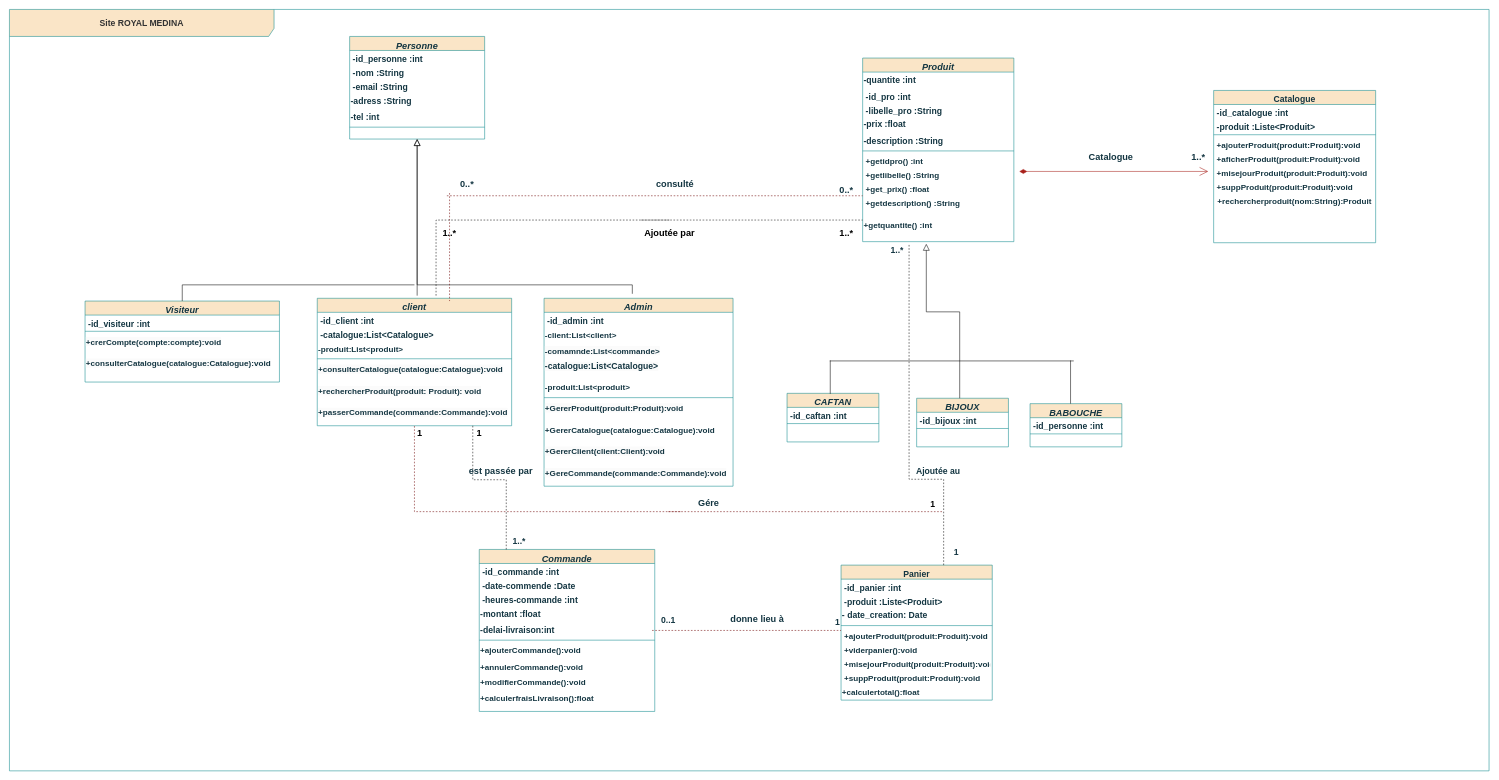
Before: page "Page-4" (4 of 4) of Class Diagram2.drawio in hananemazyan/DIAGRAMS, a draw.io diagram. Source tidied: cells renumbered, new cells numbered last; positions are measured from the earlier drawing's top-left corner, leaving out a move shared by most shapes. Both pictures are drawn from the tidied source at 54%, with x=0, y=0 at pixel (9, 9).
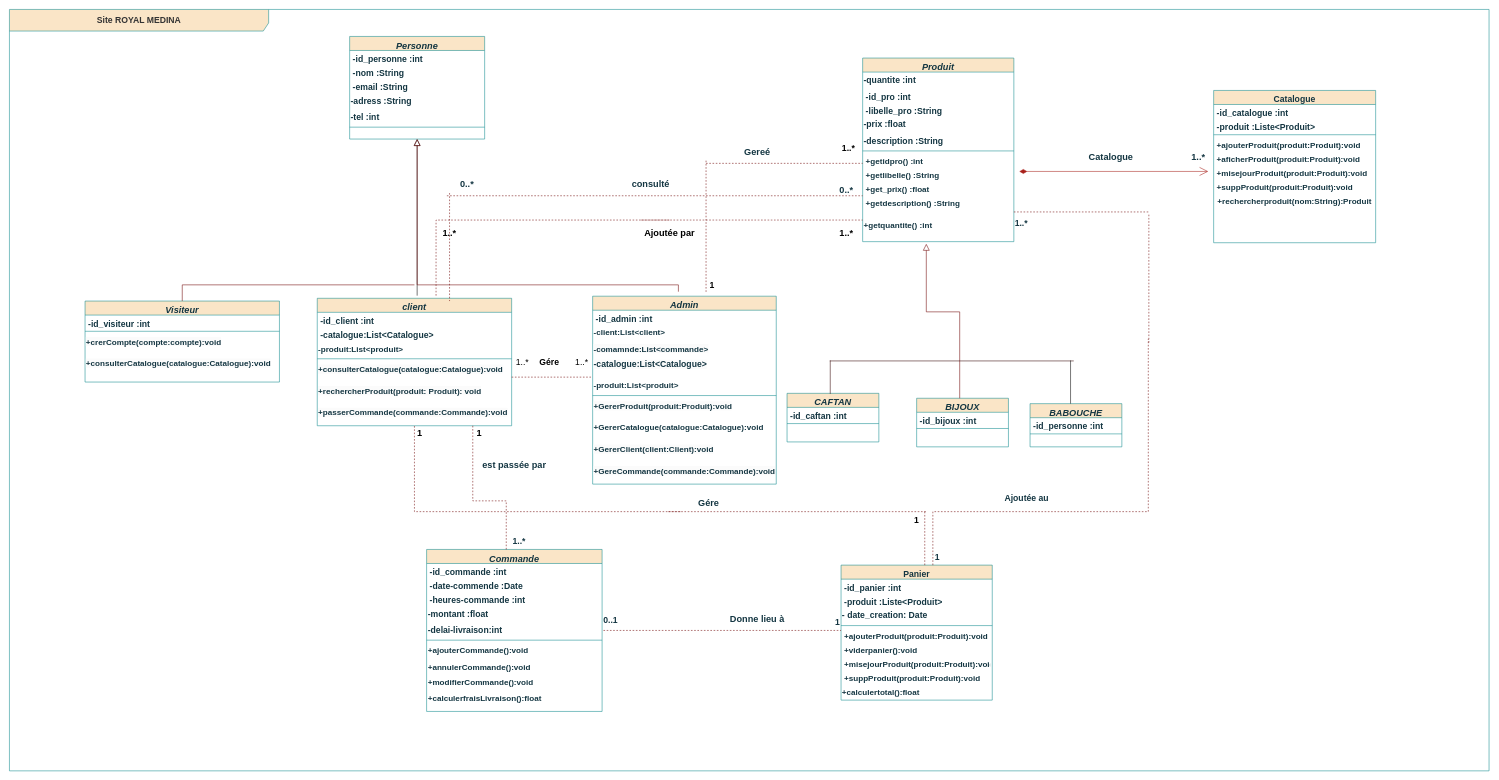
Above is the later version.

Unchanged cells that the change refers to:
```xml
<mxCell id="2" value="Personne" style="swimlane;fontStyle=3;align=center;verticalAlign=top;horizontal=1;startSize=26;rounded=0;shadow=0;strokeWidth=1;fontSize=17;fillColor=#FAE5C7;strokeColor=#0F8B8D;fontColor=#143642;labelBackgroundColor=none;" parent="1" vertex="1">
  <mxGeometry x="630" y="50" width="250" height="190" as="geometry" />
</mxCell>
<mxCell id="20" value="&lt;font style=&quot;font-size: 15px;&quot;&gt;&lt;b&gt;+getquantite() :int&lt;/b&gt;&lt;/font&gt;" style="text;strokeColor=none;fillColor=none;html=1;align=left;verticalAlign=middle;whiteSpace=wrap;rounded=0;fontSize=16;labelBackgroundColor=none;fontColor=#143642;" parent="9" vertex="1">
  <mxGeometry y="280" width="280" height="60" as="geometry" />
</mxCell>
<mxCell id="43" value="&lt;b style=&quot;border-color: var(--border-color); font-family: Helvetica; font-style: normal; font-variant-ligatures: normal; font-variant-caps: normal; letter-spacing: normal; orphans: 2; text-align: left; text-indent: 0px; text-transform: none; widows: 2; word-spacing: 0px; -webkit-text-stroke-width: 0px; text-decoration-thickness: initial; text-decoration-style: initial; text-decoration-color: initial; color: rgb(20, 54, 66); font-size: 15px; background-color: rgb(251, 251, 251);&quot;&gt;+passerCommande(commande:Commande):void&lt;/b&gt;" style="text;whiteSpace=wrap;html=1;" parent="36" vertex="1">
  <mxGeometry y="196" width="360" height="40" as="geometry" />
</mxCell>
<mxCell id="56" value="Visiteur" style="swimlane;fontStyle=3;align=center;verticalAlign=top;horizontal=1;startSize=26;rounded=0;shadow=0;strokeWidth=1;fontSize=17;fillColor=#FAE5C7;strokeColor=#0F8B8D;fontColor=#143642;labelBackgroundColor=none;" parent="1" vertex="1">
  <mxGeometry x="140" y="540" width="360" height="150" as="geometry" />
</mxCell>
```

What changed in the source:
```diff
@@
     <mxCell id="30" value="&lt;b&gt;&lt;font style=&quot;font-size: 17px;&quot;&gt;consulté&amp;nbsp;&lt;/font&gt;&lt;/b&gt;" style="text;strokeColor=none;fillColor=none;html=1;align=center;verticalAlign=middle;whiteSpace=wrap;rounded=0;fontSize=16;rotation=0;labelBackgroundColor=none;fontColor=#143642;" parent="1" vertex="1">
-      <mxGeometry x="1165" y="310" width="140" height="30" as="geometry" />
+      <mxGeometry x="1120" y="310" width="140" height="30" as="geometry" />
     </mxCell>
@@
-    <mxCell id="32" value="&lt;font color=&quot;#333333&quot;&gt;&lt;b&gt;Site ROYAL MEDINA&lt;/b&gt;&lt;/font&gt;" style="shape=umlFrame;whiteSpace=wrap;html=1;fontSize=16;width=490;height=50;fillColor=#FAE5C7;strokeColor=#0F8B8D;swimlaneFillColor=none;labelBackgroundColor=none;fontColor=#143642;" parent="1" vertex="1">
+    <mxCell id="32" value="&lt;font color=&quot;#333333&quot;&gt;&lt;b&gt;Site ROYAL MEDINA&lt;/b&gt;&lt;/font&gt;" style="shape=umlFrame;whiteSpace=wrap;html=1;fontSize=16;width=480;height=40;fillColor=#FAE5C7;strokeColor=#0F8B8D;swimlaneFillColor=none;labelBackgroundColor=none;fontColor=#143642;" parent="1" vertex="1">
       <mxGeometry width="2740" height="1410" as="geometry" />
     </mxCell>
@@
     <mxCell id="44" value="Admin" style="swimlane;fontStyle=3;align=center;verticalAlign=top;horizontal=1;startSize=26;rounded=0;shadow=0;strokeWidth=1;fontSize=17;fillColor=#FAE5C7;strokeColor=#0F8B8D;fontColor=#143642;labelBackgroundColor=none;" parent="1" vertex="1">
-      <mxGeometry x="990" y="534.9" width="350" height="348" as="geometry" />
+      <mxGeometry x="1080" y="531" width="340" height="348" as="geometry" />
     </mxCell>
     <mxCell id="45" value="-id_admin :int" style="text;align=left;verticalAlign=top;spacingLeft=4;spacingRight=4;overflow=hidden;fontSize=16;fontStyle=1;labelBackgroundColor=none;fontColor=#143642;" parent="44" vertex="1">
-      <mxGeometry y="26" width="350" height="26" as="geometry" />
+      <mxGeometry y="26" width="340" height="26" as="geometry" />
     </mxCell>
     <mxCell id="46" value="&lt;b style=&quot;border-color: var(--border-color); font-size: 15px;&quot;&gt;-client:List&amp;lt;client&amp;gt;&lt;/b&gt;" style="text;strokeColor=none;fillColor=none;html=1;align=left;verticalAlign=middle;whiteSpace=wrap;rounded=0;fontSize=16;labelBackgroundColor=none;fontColor=#143642;" parent="44" vertex="1">
-      <mxGeometry y="52" width="350" height="30" as="geometry" />
+      <mxGeometry y="52" width="340" height="30" as="geometry" />
     </mxCell>
     <mxCell id="47" value="&lt;b style=&quot;border-color: var(--border-color); color: rgb(20, 54, 66); font-family: Helvetica; font-style: normal; font-variant-ligatures: normal; font-variant-caps: normal; letter-spacing: normal; orphans: 2; text-align: left; text-indent: 0px; text-transform: none; widows: 2; word-spacing: 0px; -webkit-text-stroke-width: 0px; background-color: rgb(251, 251, 251); text-decoration-thickness: initial; text-decoration-style: initial; text-decoration-color: initial; font-size: 15px;&quot;&gt;-comamnde:List&amp;lt;commande&amp;gt;&lt;/b&gt;" style="text;whiteSpace=wrap;html=1;" parent="44" vertex="1">
-      <mxGeometry y="82" width="350" height="28" as="geometry" />
+      <mxGeometry y="82" width="340" height="28" as="geometry" />
     </mxCell>
     <mxCell id="48" value="&lt;span style=&quot;color: rgb(20, 54, 66); font-family: Helvetica; font-size: 16px; font-style: normal; font-variant-ligatures: normal; font-variant-caps: normal; font-weight: 700; letter-spacing: normal; orphans: 2; text-align: left; text-indent: 0px; text-transform: none; widows: 2; word-spacing: 0px; -webkit-text-stroke-width: 0px; background-color: rgb(251, 251, 251); text-decoration-thickness: initial; text-decoration-style: initial; text-decoration-color: initial; float: none; display: inline !important;&quot;&gt;-catalogue:List&amp;lt;Catalogue&amp;gt;&lt;/span&gt;" style="text;whiteSpace=wrap;html=1;" parent="44" vertex="1">
-      <mxGeometry y="110" width="350" height="40" as="geometry" />
+      <mxGeometry y="110" width="340" height="40" as="geometry" />
     </mxCell>
     <mxCell id="49" value="&lt;b style=&quot;border-color: var(--border-color); font-size: 15px;&quot;&gt;-produit:List&amp;lt;produit&amp;gt;&lt;/b&gt;" style="text;strokeColor=none;fillColor=none;html=1;align=left;verticalAlign=middle;whiteSpace=wrap;rounded=0;fontSize=16;labelBackgroundColor=none;fontColor=#143642;" parent="44" vertex="1">
-      <mxGeometry y="150" width="350" height="30" as="geometry" />
+      <mxGeometry y="150" width="340" height="30" as="geometry" />
     </mxCell>
     <mxCell id="50" style="line;html=1;strokeWidth=1;align=left;verticalAlign=middle;spacingTop=-1;spacingLeft=3;spacingRight=3;labelPosition=right;strokeColor=#0F8B8D;labelBackgroundColor=none;fillColor=#FAE5C7;fontColor=#143642;" parent="44" vertex="1">
-      <mxGeometry y="180" width="350" height="8" as="geometry" />
+      <mxGeometry y="180" width="340" height="8" as="geometry" />
     </mxCell>
     <mxCell id="51" value="&lt;span style=&quot;color: rgb(20, 54, 66); font-family: Helvetica; font-size: 15px; font-style: normal; font-variant-ligatures: normal; font-variant-caps: normal; font-weight: 700; letter-spacing: normal; orphans: 2; text-align: left; text-indent: 0px; text-transform: none; widows: 2; word-spacing: 0px; -webkit-text-stroke-width: 0px; background-color: rgb(251, 251, 251); text-decoration-thickness: initial; text-decoration-style: initial; text-decoration-color: initial; float: none; display: inline !important;&quot;&gt;+GererProduit(produit:Produit):void&lt;/span&gt;" style="text;whiteSpace=wrap;html=1;" parent="44" vertex="1">
-      <mxGeometry y="188" width="350" height="40" as="geometry" />
+      <mxGeometry y="188" width="340" height="40" as="geometry" />
     </mxCell>
     <mxCell id="52" value="&lt;b style=&quot;border-color: var(--border-color); color: rgb(20, 54, 66); font-size: 15px;&quot;&gt;+GererCatalogue(catalogue:Catalogue):void&lt;/b&gt;" style="text;whiteSpace=wrap;html=1;" parent="44" vertex="1">
-      <mxGeometry y="228" width="350" height="40" as="geometry" />
+      <mxGeometry y="228" width="340" height="40" as="geometry" />
     </mxCell>
     <mxCell id="53" value="&lt;span style=&quot;color: rgb(20, 54, 66); font-family: Helvetica; font-size: 15px; font-style: normal; font-variant-ligatures: normal; font-variant-caps: normal; font-weight: 700; letter-spacing: normal; orphans: 2; text-align: left; text-indent: 0px; text-transform: none; widows: 2; word-spacing: 0px; -webkit-text-stroke-width: 0px; background-color: rgb(251, 251, 251); text-decoration-thickness: initial; text-decoration-style: initial; text-decoration-color: initial; float: none; display: inline !important;&quot;&gt;+GererClient(client:Client):void&lt;/span&gt;" style="text;whiteSpace=wrap;html=1;" parent="44" vertex="1">
-      <mxGeometry y="268" width="350" height="40" as="geometry" />
+      <mxGeometry y="268" width="340" height="40" as="geometry" />
     </mxCell>
     <mxCell id="54" value="&lt;b style=&quot;border-color: var(--border-color); font-family: Helvetica; font-style: normal; font-variant-ligatures: normal; font-variant-caps: normal; letter-spacing: normal; orphans: 2; text-align: left; text-indent: 0px; text-transform: none; widows: 2; word-spacing: 0px; -webkit-text-stroke-width: 0px; text-decoration-thickness: initial; text-decoration-style: initial; text-decoration-color: initial; color: rgb(20, 54, 66); font-size: 15px; background-color: rgb(251, 251, 251);&quot;&gt;+GereCommande(commande:Commande):void&lt;/b&gt;" style="text;whiteSpace=wrap;html=1;" parent="44" vertex="1">
-      <mxGeometry y="308" width="350" height="40" as="geometry" />
+      <mxGeometry y="308" width="340" height="40" as="geometry" />
     </mxCell>
-    <mxCell id="55" style="endArrow=block;endSize=10;endFill=0;shadow=0;strokeWidth=1;rounded=0;edgeStyle=elbowEdgeStyle;elbow=vertical;entryX=0.5;entryY=1;entryDx=0;entryDy=0;exitX=0.467;exitY=-0.024;exitDx=0;exitDy=0;exitPerimeter=0;" parent="1" edge="1" source="44" target="2">
+    <mxCell id="55" style="endArrow=block;endSize=10;endFill=0;shadow=0;strokeWidth=1;rounded=0;edgeStyle=elbowEdgeStyle;elbow=vertical;entryX=0.5;entryY=1;entryDx=0;entryDy=0;exitX=0.467;exitY=-0.024;exitDx=0;exitDy=0;exitPerimeter=0;fillColor=#a20025;strokeColor=#6F0000;" parent="1" edge="1" source="44" target="2">
       <mxGeometry relative="1" as="geometry">
         <Array as="points">
           <mxPoint x="1170" y="510" />
         </Array>
       </mxGeometry>
     </mxCell>
@@
-    <mxCell id="70" style="endArrow=block;endSize=10;endFill=0;shadow=0;strokeWidth=1;rounded=0;edgeStyle=elbowEdgeStyle;elbow=vertical;entryX=0.421;entryY=1.067;entryDx=0;entryDy=0;entryPerimeter=0;" parent="1" edge="1" target="20">
+    <mxCell id="70" style="endArrow=block;endSize=10;endFill=0;shadow=0;strokeWidth=1;rounded=0;edgeStyle=elbowEdgeStyle;elbow=vertical;entryX=0.421;entryY=1.067;entryDx=0;entryDy=0;entryPerimeter=0;fillColor=#a20025;strokeColor=#6F0000;" parent="1" edge="1" target="20">
       <mxGeometry relative="1" as="geometry">
         <mxPoint x="1759.7" y="720" as="sourcePoint" />
         <Array as="points">
           <mxPoint x="1730" y="560" />
         </Array>
       </mxGeometry>
     </mxCell>
@@
     <mxCell id="72" value="Commande" style="swimlane;fontStyle=3;align=center;verticalAlign=top;horizontal=1;startSize=26;rounded=0;shadow=0;strokeWidth=1;fontSize=17;fillColor=#FAE5C7;strokeColor=#0F8B8D;fontColor=#143642;labelBackgroundColor=none;" parent="1" vertex="1">
-      <mxGeometry x="870" y="1000" width="325" height="300" as="geometry" />
+      <mxGeometry x="772.5" y="1000" width="325" height="300" as="geometry" />
     </mxCell>
@@
-    <mxCell id="93" style="endArrow=none;endSize=10;endFill=0;shadow=0;strokeWidth=1;rounded=0;edgeStyle=elbowEdgeStyle;elbow=vertical;exitX=0.5;exitY=0;exitDx=0;exitDy=0;" parent="1" edge="1" source="56">
+    <mxCell id="93" style="endArrow=none;endSize=10;endFill=0;shadow=0;strokeWidth=1;rounded=0;edgeStyle=elbowEdgeStyle;elbow=vertical;exitX=0.5;exitY=0;exitDx=0;exitDy=0;fillColor=#a20025;strokeColor=#6F0000;" parent="1" edge="1" source="56">
       <mxGeometry relative="1" as="geometry">
         <mxPoint x="750" y="509.9" as="targetPoint" />
         <Array as="points">
           <mxPoint x="520" y="510" />
         </Array>
       </mxGeometry>
     </mxCell>
-    <mxCell id="94" style="shape=partialRectangle;whiteSpace=wrap;html=1;bottom=0;right=0;fillColor=none;fontSize=16;" parent="1" vertex="1">
+    <mxCell id="94" style="shape=partialRectangle;whiteSpace=wrap;html=1;bottom=0;right=0;fillColor=none;fontSize=16;strokeColor=#330000;" parent="1" vertex="1">
       <mxGeometry x="1520" y="650.9" width="450" height="60" as="geometry" />
     </mxCell>
@@
-    <mxCell id="96" style="endArrow=none;dashed=1;endFill=0;endSize=12;html=1;rounded=0;fontSize=12;curved=1;" parent="1" edge="1">
+    <mxCell id="96" style="endArrow=none;dashed=1;endFill=0;endSize=12;html=1;rounded=0;fontSize=12;curved=1;fillColor=#a20025;strokeColor=#6F0000;" parent="1" edge="1">
       <mxGeometry relative="1" as="geometry">
         <mxPoint x="1170" y="390" as="sourcePoint" />
         <mxPoint x="1580" y="390" as="targetPoint" />
         <Array as="points">
           <mxPoint x="1330" y="390" />
         </Array>
       </mxGeometry>
     </mxCell>
-    <mxCell id="97" style="endArrow=none;endSize=10;endFill=0;shadow=0;strokeWidth=1;rounded=0;edgeStyle=elbowEdgeStyle;elbow=vertical;dashed=1;" parent="1" edge="1">
+    <mxCell id="97" style="endArrow=none;endSize=10;endFill=0;shadow=0;strokeWidth=1;rounded=0;edgeStyle=elbowEdgeStyle;elbow=vertical;dashed=1;fillColor=#a20025;strokeColor=#6F0000;" parent="1" edge="1">
       <mxGeometry relative="1" as="geometry">
         <mxPoint x="790" y="530" as="sourcePoint" />
         <mxPoint x="1222" y="390" as="targetPoint" />
         <Array as="points">
           <mxPoint x="792" y="390" />
         </Array>
       </mxGeometry>
     </mxCell>
@@
-    <mxCell id="105" style="endArrow=none;endSize=10;endFill=0;shadow=0;strokeWidth=1;rounded=0;edgeStyle=elbowEdgeStyle;elbow=vertical;dashed=1;strokeColor=#000000;entryX=0.8;entryY=0.978;entryDx=0;entryDy=0;entryPerimeter=0;" parent="1" edge="1" target="43">
+    <mxCell id="105" style="endArrow=none;endSize=10;endFill=0;shadow=0;strokeWidth=1;rounded=0;edgeStyle=elbowEdgeStyle;elbow=vertical;dashed=1;strokeColor=#6F0000;entryX=0.8;entryY=0.978;entryDx=0;entryDy=0;entryPerimeter=0;fillColor=#a20025;" parent="1" edge="1" target="43">
       <mxGeometry relative="1" as="geometry">
         <mxPoint x="920" y="1000" as="sourcePoint" />
         <Array as="points">
-          <mxPoint x="890" y="870.9" />
+          <mxPoint x="890" y="910" />
         </Array>
       </mxGeometry>
     </mxCell>
     <mxCell id="106" value="&lt;b&gt;&lt;font style=&quot;font-size: 17px;&quot;&gt;est passée par&lt;/font&gt;&lt;/b&gt;" style="text;strokeColor=none;fillColor=none;html=1;align=center;verticalAlign=middle;whiteSpace=wrap;rounded=0;fontSize=16;labelBackgroundColor=none;fontColor=#143642;" parent="1" vertex="1">
-      <mxGeometry x="845" y="840" width="130" height="30" as="geometry" />
+      <mxGeometry x="870" y="830" width="130" height="30" as="geometry" />
     </mxCell>
@@
     <mxCell id="109" style="line;strokeWidth=1;html=1;strokeColor=#6F0000;fontSize=16;fontColor=#ffffff;fillColor=#a20025;rotation=0;dashed=1;" parent="1" vertex="1">
-      <mxGeometry x="1190" y="1145" width="350" height="10" as="geometry" />
+      <mxGeometry x="1100" y="1145" width="440" height="10" as="geometry" />
     </mxCell>
-    <mxCell id="110" value="&lt;b&gt;&lt;font style=&quot;font-size: 17px;&quot;&gt;donne lieu à&lt;/font&gt;&lt;/b&gt;" style="text;strokeColor=none;fillColor=none;html=1;align=center;verticalAlign=middle;whiteSpace=wrap;rounded=0;fontSize=16;labelBackgroundColor=none;fontColor=#143642;" parent="1" vertex="1">
+    <mxCell id="110" value="&lt;b&gt;&lt;font style=&quot;font-size: 17px;&quot;&gt;Donne lieu à&lt;/font&gt;&lt;/b&gt;" style="text;strokeColor=none;fillColor=none;html=1;align=center;verticalAlign=middle;whiteSpace=wrap;rounded=0;fontSize=16;labelBackgroundColor=none;fontColor=#143642;" parent="1" vertex="1">
       <mxGeometry x="1330" y="1115" width="110" height="30" as="geometry" />
     </mxCell>
     <mxCell id="111" value="&lt;b&gt;0..1&lt;/b&gt;" style="text;strokeColor=none;fillColor=none;html=1;align=left;verticalAlign=middle;whiteSpace=wrap;rounded=0;fontSize=16;labelBackgroundColor=none;fontColor=#143642;" parent="1" vertex="1">
-      <mxGeometry x="1205" y="1115" width="60" height="30" as="geometry" />
+      <mxGeometry x="1097.5" y="1115" width="60" height="30" as="geometry" />
     </mxCell>
@@
-    <mxCell id="113" style="endArrow=none;endSize=10;endFill=0;shadow=0;strokeWidth=1;rounded=0;edgeStyle=elbowEdgeStyle;elbow=vertical;exitX=0.75;exitY=0;exitDx=0;exitDy=0;dashed=1;entryX=0.307;entryY=1.067;entryDx=0;entryDy=0;entryPerimeter=0;" parent="1" edge="1" target="20">
+    <mxCell id="113" style="endArrow=none;endSize=10;endFill=0;shadow=0;strokeWidth=1;rounded=0;edgeStyle=elbowEdgeStyle;elbow=vertical;dashed=1;fillColor=#a20025;strokeColor=#6F0000;exitX=0.75;exitY=1;exitDx=0;exitDy=0;" parent="1" edge="1" source="116">
       <mxGeometry relative="1" as="geometry">
-        <mxPoint x="1730" y="1029" as="sourcePoint" />
+        <mxPoint x="2109" y="610" as="targetPoint" />
         <Array as="points">
-          <mxPoint x="1670" y="870" />
+          <mxPoint x="1929" y="930" />
         </Array>
       </mxGeometry>
     </mxCell>
     <mxCell id="114" value="&lt;b&gt;Ajoutée au&lt;/b&gt;" style="text;strokeColor=none;fillColor=none;html=1;align=center;verticalAlign=middle;whiteSpace=wrap;rounded=0;fontSize=16;labelBackgroundColor=none;fontColor=#143642;" parent="1" vertex="1">
-      <mxGeometry x="1670" y="840" width="100" height="30" as="geometry" />
+      <mxGeometry x="1834" y="890" width="100" height="30" as="geometry" />
     </mxCell>
     <mxCell id="115" value="&lt;b&gt;1..*&lt;/b&gt;" style="text;strokeColor=none;fillColor=none;html=1;align=left;verticalAlign=middle;whiteSpace=wrap;rounded=0;fontSize=16;labelBackgroundColor=none;fontColor=#143642;" parent="1" vertex="1">
-      <mxGeometry x="1630" y="430" width="60" height="30" as="geometry" />
+      <mxGeometry x="1860" y="380" width="60" height="30" as="geometry" />
     </mxCell>
     <mxCell id="116" value="&lt;b&gt;1&lt;/b&gt;" style="text;strokeColor=none;fillColor=none;html=1;align=right;verticalAlign=middle;whiteSpace=wrap;rounded=0;fontSize=16;labelBackgroundColor=none;fontColor=#143642;" parent="1" vertex="1">
-      <mxGeometry x="1700" y="990" width="60" height="30" as="geometry" />
+      <mxGeometry x="1665" y="999" width="60" height="30" as="geometry" />
     </mxCell>
     <mxCell id="117" style="line;strokeWidth=1;html=1;strokeColor=#6F0000;fontSize=16;fontColor=#ffffff;fillColor=#a20025;rotation=0;dashed=1;" parent="1" vertex="1">
-      <mxGeometry x="1220" y="920" width="510" height="20" as="geometry" />
+      <mxGeometry x="1220" y="920" width="480" height="20" as="geometry" />
     </mxCell>
@@
     <mxCell id="120" value="&lt;b&gt;1&lt;/b&gt;" style="text;strokeColor=none;fillColor=none;html=1;align=center;verticalAlign=middle;whiteSpace=wrap;rounded=0;fontSize=16;" parent="1" vertex="1">
-      <mxGeometry x="1680" y="900" width="60" height="30" as="geometry" />
+      <mxGeometry x="1650" y="930" width="60" height="30" as="geometry" />
     </mxCell>
@@
+    <mxCell id="123" style="line;strokeWidth=1;html=1;fontSize=16;dashed=1;fillColor=#a20025;fontColor=#ffffff;strokeColor=#6F0000;" parent="1" vertex="1">
+      <mxGeometry x="930" y="625.9" width="150" height="110" as="geometry" />
+    </mxCell>
+    <mxCell id="124" value="1..*" style="text;strokeColor=none;fillColor=none;html=1;align=center;verticalAlign=middle;whiteSpace=wrap;rounded=0;fontSize=16;" parent="1" vertex="1">
+      <mxGeometry x="1030" y="630.4" width="60" height="45" as="geometry" />
+    </mxCell>
+    <mxCell id="125" value="1..*" style="text;strokeColor=none;fillColor=none;html=1;align=center;verticalAlign=middle;whiteSpace=wrap;rounded=0;fontSize=16;" parent="1" vertex="1">
+      <mxGeometry x="920" y="630.4" width="60" height="45" as="geometry" />
+    </mxCell>
+    <mxCell id="126" value="&lt;b&gt;Gére&lt;/b&gt;" style="text;strokeColor=none;fillColor=none;html=1;align=center;verticalAlign=middle;whiteSpace=wrap;rounded=0;fontSize=16;" parent="1" vertex="1">
+      <mxGeometry x="970" y="637.9" width="60" height="30" as="geometry" />
+    </mxCell>
+    <mxCell id="127" style="line;strokeWidth=1;html=1;fontSize=16;dashed=1;fillColor=#a20025;fontColor=#ffffff;strokeColor=#6F0000;" parent="1" vertex="1">
+      <mxGeometry x="1290" y="280" width="290" height="10" as="geometry" />
+    </mxCell>
+    <mxCell id="128" style="line;strokeWidth=1;direction=south;html=1;perimeter=backbonePerimeter;fontSize=16;dashed=1;fillColor=#a20025;fontColor=#ffffff;strokeColor=#6F0000;" parent="1" vertex="1">
+      <mxGeometry x="1285" y="280" width="10" height="245" as="geometry" />
+    </mxCell>
+    <mxCell id="129" value="&lt;span style=&quot;font-size: 17px;&quot;&gt;&lt;b&gt;Gereé&lt;/b&gt;&lt;/span&gt;" style="text;strokeColor=none;fillColor=none;html=1;align=center;verticalAlign=middle;whiteSpace=wrap;rounded=0;fontSize=16;rotation=0;labelBackgroundColor=none;fontColor=#143642;" parent="1" vertex="1">
+      <mxGeometry x="1315" y="250" width="140" height="30" as="geometry" />
+    </mxCell>
+    <mxCell id="130" value="&lt;b&gt;1&lt;/b&gt;" style="text;strokeColor=none;fillColor=none;html=1;align=left;verticalAlign=middle;whiteSpace=wrap;rounded=0;fontSize=16;" parent="1" vertex="1">
+      <mxGeometry x="1295" y="495" width="60" height="30" as="geometry" />
+    </mxCell>
+    <mxCell id="131" value="&lt;b&gt;1..*&lt;/b&gt;" style="text;whiteSpace=wrap;html=1;fontSize=16;" parent="1" vertex="1">
+      <mxGeometry x="1540" y="240" width="60" height="40" as="geometry" />
+    </mxCell>
+    <mxCell id="132" style="line;strokeWidth=1;direction=south;html=1;perimeter=backbonePerimeter;fontSize=16;dashed=1;fillColor=#a20025;fontColor=#ffffff;strokeColor=#6F0000;" parent="1" vertex="1">
+      <mxGeometry x="1690" y="930" width="10" height="99" as="geometry" />
+    </mxCell>
+    <mxCell id="133" style="line;strokeWidth=1;direction=south;html=1;perimeter=backbonePerimeter;fontSize=16;fillColor=#a20025;fontColor=#ffffff;strokeColor=#6F0000;dashed=1;" parent="1" vertex="1">
+      <mxGeometry x="2100" y="380" width="20" height="240" as="geometry" />
+    </mxCell>
+    <mxCell id="134" style="line;strokeWidth=1;html=1;fontSize=16;fillColor=#a20025;fontColor=#ffffff;strokeColor=#6F0000;dashed=1;" parent="1" vertex="1">
+      <mxGeometry x="1860" y="370" width="250" height="10" as="geometry" />
+    </mxCell>
```
